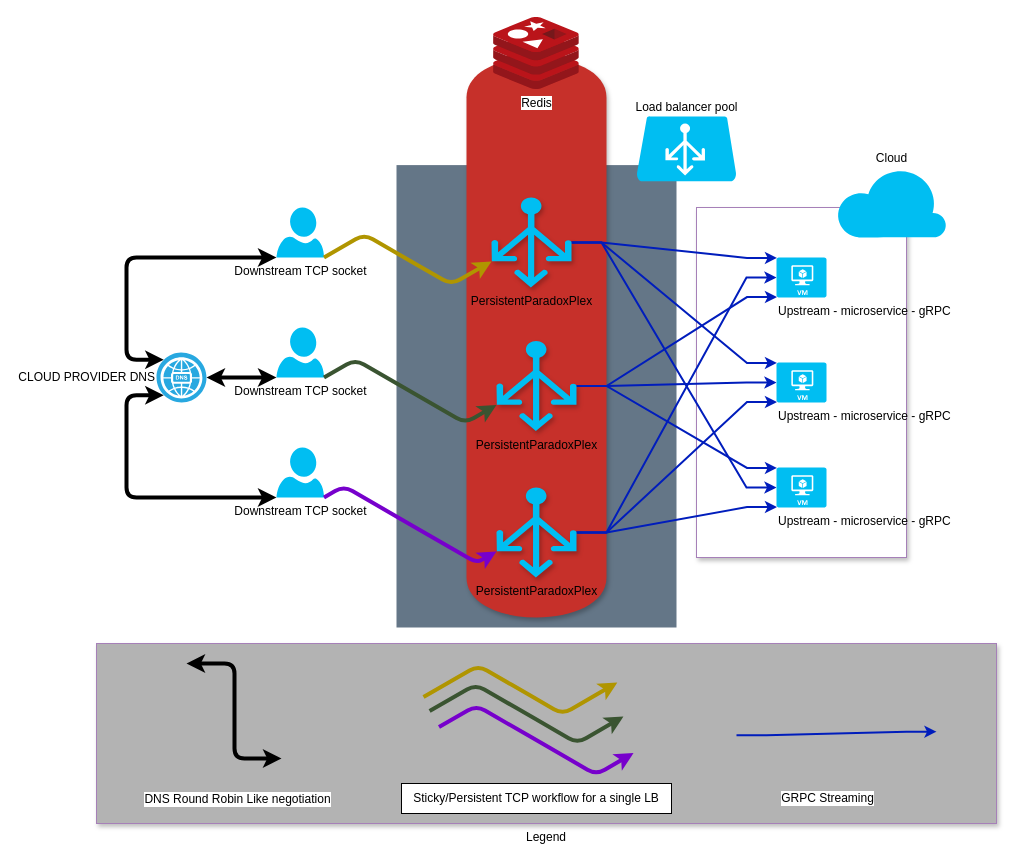
Above: misc/architecture.drawio in tanguc/PersistentParadoxPlex (draw.io), before the change. Source tidied: cells renumbered, new cells numbered last; positions are measured from the earlier drawing's top-left corner, leaving out a move shared by most shapes. Both pictures are drawn from the tidied source at 100%, with x=0, y=0 at pixel (96, 17).
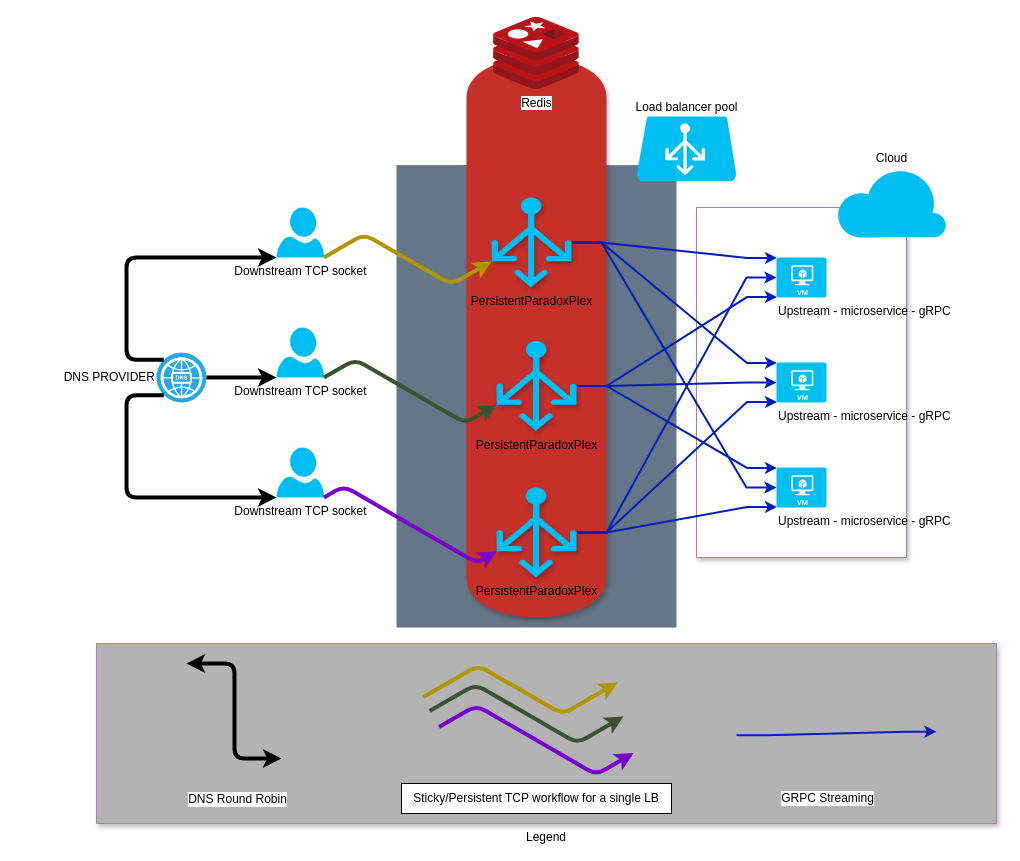
The same page after the edit.

Commit message (it also covers changes not shown here):
Updated architecture overview

The change refers to these unchanged cells:
```xml
<mxCell id="6" value="Downstream TCP socket" style="verticalLabelPosition=bottom;html=1;verticalAlign=top;align=center;strokeColor=none;fillColor=#00BEF2;shape=mxgraph.azure.user;shadow=0;" parent="1" vertex="1">
  <mxGeometry x="180" y="190" width="47.5" height="50" as="geometry" />
</mxCell>
<mxCell id="7" value="Downstream TCP socket" style="verticalLabelPosition=bottom;html=1;verticalAlign=top;align=center;strokeColor=none;fillColor=#00BEF2;shape=mxgraph.azure.user;shadow=0;" parent="1" vertex="1">
  <mxGeometry x="180" y="430" width="47.5" height="50" as="geometry" />
</mxCell>
<mxCell id="8" value="Downstream TCP socket" style="verticalLabelPosition=bottom;html=1;verticalAlign=top;align=center;strokeColor=none;fillColor=#00BEF2;shape=mxgraph.azure.user;shadow=0;" parent="1" vertex="1">
  <mxGeometry x="180" y="310" width="47.5" height="50" as="geometry" />
</mxCell>
<mxCell id="31" style="endArrow=classic;startArrow=classic;html=1;strokeWidth=4;fillColor=#B5739D;entryX=0.5;entryY=1;entryDx=0;entryDy=0;entryPerimeter=0;exitX=0;exitY=1;exitDx=0;exitDy=0;exitPerimeter=0;edgeStyle=elbowEdgeStyle;elbow=horizontal;" parent="1" edge="1">
  <mxGeometry relative="1" as="geometry">
    <mxPoint x="185" y="741" as="sourcePoint" />
    <mxPoint x="90" y="646" as="targetPoint" />
  </mxGeometry>
</mxCell>
```

Diff of the diagram source:
```diff
@@
-    <mxCell id="9" value="CLOUD PROVIDER DNS" style="verticalLabelPosition=middle;html=1;fillColor=#28A8E0;verticalAlign=middle;points=[[0.145,0.145,0],[0.8555,0.145,0],[0.855,0.855,0],[0.145,0.855,0],[0.5,0,0], [1,0.5,0], [0.5,1,0],[0,0.5,0]];align=right;shape=mxgraph.cisco_safe.capability.dns;shadow=0;labelPosition=left;" parent="1" vertex="1">
+    <mxCell id="9" value="DNS PROVIDER" style="verticalLabelPosition=middle;html=1;fillColor=#28A8E0;verticalAlign=middle;points=[[0.145,0.145,0],[0.8555,0.145,0],[0.855,0.855,0],[0.145,0.855,0],[0.5,0,0], [1,0.5,0], [0.5,1,0],[0,0.5,0]];align=right;shape=mxgraph.cisco_safe.capability.dns;shadow=0;labelPosition=left;" parent="1" vertex="1">
       <mxGeometry x="60" y="335" width="50" height="50" as="geometry" />
     </mxCell>
@@
-    <mxCell id="30" style="endArrow=classic;startArrow=classic;html=1;strokeWidth=4;fillColor=#B5739D;entryX=0.145;entryY=0.855;entryDx=0;entryDy=0;entryPerimeter=0;edgeStyle=elbowEdgeStyle;exitX=0;exitY=1;exitDx=0;exitDy=0;exitPerimeter=0;" parent="1" edge="1" source="7" target="9">
+    <mxCell id="30" style="endArrow=none;startArrow=classic;html=1;strokeWidth=4;fillColor=#B5739D;entryX=0.145;entryY=0.855;entryDx=0;entryDy=0;entryPerimeter=0;edgeStyle=elbowEdgeStyle;exitX=0;exitY=1;exitDx=0;exitDy=0;exitPerimeter=0;endFill=0;" parent="1" edge="1" source="7" target="9">
       <mxGeometry relative="1" as="geometry">
         <Array as="points">
           <mxPoint x="30" y="430" />
         </Array>
       </mxGeometry>
     </mxCell>
@@
-    <mxCell id="32" value="DNS Round Robin Like negotiation" style="text;html=1;align=center;verticalAlign=middle;labelBackgroundColor=#ffffff;strokeColor=#000000;" parent="31" vertex="1">
+    <mxCell id="32" value="DNS Round Robin" style="text;html=1;align=center;verticalAlign=middle;labelBackgroundColor=#ffffff;strokeColor=#000000;" parent="31" vertex="1">
       <mxGeometry x="-0.53" y="-25" relative="1" as="geometry">
         <mxPoint y="65" as="offset" />
       </mxGeometry>
     </mxCell>
-    <mxCell id="33" style="endArrow=classic;startArrow=classic;html=1;strokeWidth=4;fillColor=#B5739D;entryX=0.145;entryY=0.145;entryDx=0;entryDy=0;entryPerimeter=0;edgeStyle=elbowEdgeStyle;exitX=0;exitY=1;exitDx=0;exitDy=0;exitPerimeter=0;" parent="1" edge="1" source="6" target="9">
+    <mxCell id="33" style="endArrow=none;startArrow=classic;html=1;strokeWidth=4;fillColor=#B5739D;entryX=0.145;entryY=0.145;entryDx=0;entryDy=0;entryPerimeter=0;edgeStyle=elbowEdgeStyle;exitX=0;exitY=1;exitDx=0;exitDy=0;exitPerimeter=0;endFill=0;" parent="1" edge="1" source="6" target="9">
       <mxGeometry relative="1" as="geometry">
         <Array as="points">
           <mxPoint x="30" y="440" />
         </Array>
       </mxGeometry>
     </mxCell>
-    <mxCell id="34" style="endArrow=classic;startArrow=classic;html=1;strokeWidth=4;fillColor=#B5739D;entryX=1;entryY=0.5;entryDx=0;entryDy=0;entryPerimeter=0;edgeStyle=elbowEdgeStyle;exitX=0;exitY=1;exitDx=0;exitDy=0;exitPerimeter=0;" parent="1" edge="1" source="8" target="9">
+    <mxCell id="34" style="endArrow=none;startArrow=classic;html=1;strokeWidth=4;fillColor=#B5739D;entryX=1;entryY=0.5;entryDx=0;entryDy=0;entryPerimeter=0;edgeStyle=elbowEdgeStyle;exitX=0;exitY=1;exitDx=0;exitDy=0;exitPerimeter=0;elbow=vertical;endFill=0;" parent="1" edge="1" source="8" target="9">
       <mxGeometry relative="1" as="geometry" />
     </mxCell>
```
